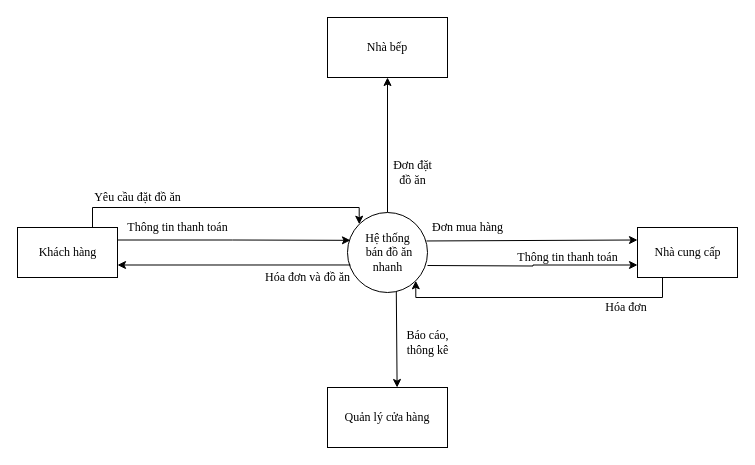
EdgarIgnite16/SGU-Course keeps this draw.io diagram as page "Mức 0" (1 of 6) of PTTK HTTT/Project/DFD.drawio. Above is the earlier version. Source tidied: cells renumbered, new cells numbered last; positions are measured from the earlier drawing's top-left corner, leaving out a move shared by most shapes. Both pictures are drawn from the tidied source at 100%, with x=0, y=0 at pixel (17, 17).
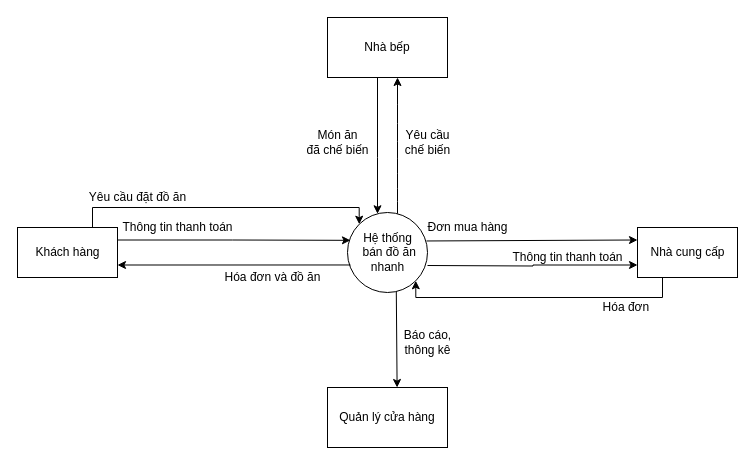
The same diagram, later.

Diff of the diagram source:
```diff
@@
-    <mxCell id="2" style="edgeStyle=orthogonalEdgeStyle;rounded=0;jettySize=auto;html=1;exitX=1;exitY=0.25;exitDx=0;exitDy=0;entryX=0.037;entryY=0.348;entryDx=0;entryDy=0;entryPerimeter=0;fontFamily=Times New Roman;" parent="1" edge="1" source="4" target="7">
+    <mxCell id="2" style="edgeStyle=orthogonalEdgeStyle;rounded=0;jettySize=auto;html=1;exitX=1;exitY=0.25;exitDx=0;exitDy=0;entryX=0.037;entryY=0.348;entryDx=0;entryDy=0;entryPerimeter=0;fontFamily=Helvetica;" parent="1" edge="1" source="4" target="7">
       <mxGeometry relative="1" as="geometry" />
     </mxCell>
-    <mxCell id="3" style="edgeStyle=orthogonalEdgeStyle;rounded=0;jettySize=auto;html=1;exitX=0.75;exitY=0;exitDx=0;exitDy=0;entryX=0;entryY=0;entryDx=0;entryDy=0;fontFamily=Times New Roman;" parent="1" edge="1" source="4" target="7">
+    <mxCell id="3" style="edgeStyle=orthogonalEdgeStyle;rounded=0;jettySize=auto;html=1;exitX=0.75;exitY=0;exitDx=0;exitDy=0;entryX=0;entryY=0;entryDx=0;entryDy=0;fontFamily=Helvetica;" parent="1" edge="1" source="4" target="7">
       <mxGeometry relative="1" as="geometry">
         <Array as="points">
           <mxPoint x="75" y="190" />
           <mxPoint x="342" y="190" />
           <mxPoint x="342" y="207" />
         </Array>
       </mxGeometry>
     </mxCell>
-    <mxCell id="4" value="Khách hàng" style="html=1;dashed=0;whitespace=wrap;fontFamily=Times New Roman;" parent="1" vertex="1">
+    <mxCell id="4" value="Khách hàng" style="html=1;dashed=0;whitespace=wrap;fontFamily=Helvetica;" parent="1" vertex="1">
       <mxGeometry y="210" width="100" height="50" as="geometry" />
     </mxCell>
-    <mxCell id="5" style="edgeStyle=orthogonalEdgeStyle;rounded=0;jettySize=auto;html=1;exitX=0.25;exitY=1;exitDx=0;exitDy=0;fontFamily=Times New Roman;entryX=1;entryY=1;entryDx=0;entryDy=0;" parent="1" edge="1" source="9" target="7">
+    <mxCell id="5" style="edgeStyle=orthogonalEdgeStyle;rounded=0;jettySize=auto;html=1;exitX=0.25;exitY=1;exitDx=0;exitDy=0;fontFamily=Helvetica;entryX=1;entryY=1;entryDx=0;entryDy=0;" parent="1" edge="1" source="9" target="7">
       <mxGeometry relative="1" as="geometry">
         <Array as="points">
           <mxPoint x="645" y="280" />
           <mxPoint x="398" y="280" />
         </Array>
       </mxGeometry>
     </mxCell>
-    <mxCell id="6" style="edgeStyle=orthogonalEdgeStyle;rounded=0;jettySize=auto;html=1;exitX=0.5;exitY=0;exitDx=0;exitDy=0;entryX=0.5;entryY=1;entryDx=0;entryDy=0;fontFamily=Times New Roman;startArrow=none;startFill=0;" parent="1" edge="1" source="7" target="21">
-      <mxGeometry relative="1" as="geometry" />
+    <mxCell id="6" style="edgeStyle=orthogonalEdgeStyle;curved=1;rounded=0;jettySize=auto;html=1;fontFamily=Helvetica;" parent="1" edge="1" source="7" target="21">
+      <mxGeometry relative="1" as="geometry">
+        <Array as="points">
+          <mxPoint x="380" y="150" />
+          <mxPoint x="380" y="150" />
+        </Array>
+      </mxGeometry>
     </mxCell>
-    <mxCell id="7" value="&lt;font face=&quot;Times New Roman&quot;&gt;Hệ thống&lt;br&gt;&amp;nbsp;bán đồ ăn &lt;br&gt;nhanh&lt;/font&gt;" style="shape=ellipse;html=1;dashed=0;whitespace=wrap;perimeter=ellipsePerimeter;" parent="1" vertex="1">
+    <mxCell id="7" value="&lt;font&gt;Hệ thống&lt;br&gt;&amp;nbsp;bán đồ ăn &lt;br&gt;nhanh&lt;/font&gt;" style="shape=ellipse;html=1;dashed=0;whitespace=wrap;perimeter=ellipsePerimeter;fontFamily=Helvetica;" parent="1" vertex="1">
       <mxGeometry x="330" y="195" width="80" height="80" as="geometry" />
     </mxCell>
-    <mxCell id="8" style="edgeStyle=orthogonalEdgeStyle;rounded=0;jettySize=auto;html=1;fontFamily=Times New Roman;entryX=0;entryY=0.75;entryDx=0;entryDy=0;" parent="1" edge="1" target="9">
+    <mxCell id="8" style="edgeStyle=orthogonalEdgeStyle;rounded=0;jettySize=auto;html=1;fontFamily=Helvetica;entryX=0;entryY=0.75;entryDx=0;entryDy=0;" parent="1" edge="1" target="9">
       <mxGeometry relative="1" as="geometry">
         <mxPoint x="410" y="248" as="sourcePoint" />
       </mxGeometry>
     </mxCell>
-    <mxCell id="9" value="Nhà cung cấp" style="html=1;dashed=0;whitespace=wrap;fontFamily=Times New Roman;" parent="1" vertex="1">
+    <mxCell id="9" value="Nhà cung cấp" style="html=1;dashed=0;whitespace=wrap;fontFamily=Helvetica;" parent="1" vertex="1">
       <mxGeometry x="620" y="210" width="100" height="50" as="geometry" />
     </mxCell>
-    <mxCell id="10" style="endArrow=classic;html=1;rounded=0;fontFamily=Times New Roman;exitX=0.987;exitY=0.356;exitDx=0;exitDy=0;exitPerimeter=0;entryX=0;entryY=0.25;entryDx=0;entryDy=0;" parent="1" edge="1" source="7" target="9">
+    <mxCell id="10" style="endArrow=classic;html=1;rounded=0;fontFamily=Helvetica;exitX=0.987;exitY=0.356;exitDx=0;exitDy=0;exitPerimeter=0;entryX=0;entryY=0.25;entryDx=0;entryDy=0;" parent="1" edge="1" source="7" target="9">
       <mxGeometry relative="1" as="geometry" />
     </mxCell>
-    <mxCell id="11" value="Đơn mua hàng" style="text;html=1;align=center;verticalAlign=middle;strokeColor=none;fillColor=none;fontFamily=Times New Roman;" parent="1" vertex="1">
-      <mxGeometry x="405" y="200" width="90" height="20" as="geometry" />
+    <mxCell id="11" value="Đơn mua hàng" style="text;html=1;align=center;verticalAlign=middle;strokeColor=none;fillColor=none;fontFamily=Helvetica;" parent="1" vertex="1">
+      <mxGeometry x="400" y="200" width="100" height="20" as="geometry" />
     </mxCell>
-    <mxCell id="12" style="endArrow=classic;html=1;rounded=0;fontFamily=Times New Roman;exitX=0.037;exitY=0.656;exitDx=0;exitDy=0;exitPerimeter=0;entryX=1;entryY=0.75;entryDx=0;entryDy=0;" parent="1" edge="1" source="7" target="4">
+    <mxCell id="12" style="endArrow=classic;html=1;rounded=0;fontFamily=Helvetica;exitX=0.037;exitY=0.656;exitDx=0;exitDy=0;exitPerimeter=0;entryX=1;entryY=0.75;entryDx=0;entryDy=0;" parent="1" edge="1" source="7" target="4">
       <mxGeometry relative="1" as="geometry" />
     </mxCell>
-    <mxCell id="13" value="Hóa đơn và đồ ăn" style="text;html=1;align=center;verticalAlign=middle;strokeColor=none;fillColor=none;fontFamily=Times New Roman;" parent="1" vertex="1">
-      <mxGeometry x="240" y="250" width="100" height="20" as="geometry" />
+    <mxCell id="13" value="Hóa đơn và đồ ăn" style="text;html=1;align=center;verticalAlign=middle;strokeColor=none;fillColor=none;fontFamily=Helvetica;" parent="1" vertex="1">
+      <mxGeometry x="200" y="250" width="110" height="20" as="geometry" />
     </mxCell>
-    <mxCell id="14" value="Thông tin thanh toán" style="text;html=1;align=center;verticalAlign=middle;strokeColor=none;fillColor=none;fontFamily=Times New Roman;" parent="1" vertex="1">
-      <mxGeometry x="100" y="200" width="120" height="20" as="geometry" />
+    <mxCell id="14" value="Thông tin thanh toán" style="text;html=1;align=center;verticalAlign=middle;strokeColor=none;fillColor=none;fontFamily=Helvetica;" parent="1" vertex="1">
+      <mxGeometry x="95" y="200" width="130" height="20" as="geometry" />
     </mxCell>
-    <mxCell id="15" value="Hóa đơn&amp;nbsp;" style="text;html=1;align=center;verticalAlign=middle;strokeColor=none;fillColor=none;fontFamily=Times New Roman;" parent="1" vertex="1">
-      <mxGeometry x="580" y="280" width="60" height="20" as="geometry" />
+    <mxCell id="15" value="Hóa đơn&amp;nbsp;" style="text;html=1;align=center;verticalAlign=middle;strokeColor=none;fillColor=none;fontFamily=Helvetica;" parent="1" vertex="1">
+      <mxGeometry x="575" y="280" width="70" height="20" as="geometry" />
     </mxCell>
-    <mxCell id="16" value="Thông tin thanh toán" style="text;html=1;align=center;verticalAlign=middle;strokeColor=none;fillColor=none;fontFamily=Times New Roman;" parent="1" vertex="1">
-      <mxGeometry x="490" y="230" width="120" height="20" as="geometry" />
+    <mxCell id="16" value="Thông tin thanh toán" style="text;html=1;align=center;verticalAlign=middle;strokeColor=none;fillColor=none;fontFamily=Helvetica;" parent="1" vertex="1">
+      <mxGeometry x="485" y="230" width="130" height="20" as="geometry" />
     </mxCell>
-    <mxCell id="17" value="Quản lý cửa hàng" style="rounded=0;whiteSpace=wrap;html=1;fontFamily=Times New Roman;" parent="1" vertex="1">
+    <mxCell id="17" value="Quản lý cửa hàng" style="rounded=0;whiteSpace=wrap;html=1;fontFamily=Helvetica;" parent="1" vertex="1">
       <mxGeometry x="310" y="370" width="120" height="60" as="geometry" />
     </mxCell>
-    <mxCell id="18" style="endArrow=classic;html=1;rounded=0;exitX=0.61;exitY=0.985;exitDx=0;exitDy=0;exitPerimeter=0;entryX=0.58;entryY=0;entryDx=0;entryDy=0;entryPerimeter=0;" parent="1" edge="1" source="7" target="17">
+    <mxCell id="18" style="endArrow=classic;html=1;rounded=0;exitX=0.61;exitY=0.985;exitDx=0;exitDy=0;exitPerimeter=0;entryX=0.58;entryY=0;entryDx=0;entryDy=0;entryPerimeter=0;fontFamily=Helvetica;" parent="1" edge="1" source="7" target="17">
       <mxGeometry relative="1" as="geometry" />
     </mxCell>
-    <mxCell id="19" value="&lt;font face=&quot;Times New Roman&quot;&gt;Báo cáo,&lt;br&gt;thông kê&lt;br&gt;&lt;/font&gt;" style="text;html=1;align=center;verticalAlign=middle;strokeColor=none;fillColor=none;" parent="1" vertex="1">
-      <mxGeometry x="380" y="305" width="60" height="40" as="geometry" />
+    <mxCell id="19" value="&lt;font&gt;Báo cáo,&lt;br&gt;thông kê&lt;br&gt;&lt;/font&gt;" style="text;html=1;align=center;verticalAlign=middle;strokeColor=none;fillColor=none;fontFamily=Helvetica;" parent="1" vertex="1">
+      <mxGeometry x="380" y="310" width="60" height="30" as="geometry" />
     </mxCell>
-    <mxCell id="20" value="Yêu cầu đặt đồ ăn" style="text;html=1;align=center;verticalAlign=middle;strokeColor=none;fillColor=none;fontFamily=Times New Roman;" parent="1" vertex="1">
-      <mxGeometry x="70" y="170" width="100" height="20" as="geometry" />
+    <mxCell id="20" value="Yêu cầu đặt đồ ăn" style="text;html=1;align=center;verticalAlign=middle;strokeColor=none;fillColor=none;fontFamily=Helvetica;" parent="1" vertex="1">
+      <mxGeometry x="65" y="170" width="110" height="20" as="geometry" />
     </mxCell>
+    <mxCell id="23" style="edgeStyle=orthogonalEdgeStyle;rounded=0;jettySize=auto;html=1;fontFamily=Helvetica;" parent="1" edge="1" source="21" target="7">
+      <mxGeometry relative="1" as="geometry">
+        <Array as="points">
+          <mxPoint x="360" y="140" />
+          <mxPoint x="360" y="140" />
+        </Array>
+      </mxGeometry>
+    </mxCell>
-    <mxCell id="21" value="Nhà bếp" style="rounded=0;whiteSpace=wrap;html=1;fontFamily=Times New Roman;" parent="1" vertex="1">
+    <mxCell id="21" value="Nhà bếp" style="rounded=0;whiteSpace=wrap;html=1;fontFamily=Helvetica;" parent="1" vertex="1">
       <mxGeometry x="310" width="120" height="60" as="geometry" />
     </mxCell>
-    <mxCell id="22" value="Đơn đặt&lt;br&gt;đồ ăn" style="text;html=1;align=center;verticalAlign=middle;strokeColor=none;fillColor=none;fontFamily=Times New Roman;rotation=0;" parent="1" vertex="1">
-      <mxGeometry x="370" y="140" width="50" height="30" as="geometry" />
+    <mxCell id="22" value="Yêu cầu&lt;br&gt;chế biến" style="text;html=1;align=center;verticalAlign=middle;strokeColor=none;fillColor=none;fontFamily=Helvetica;rotation=0;" parent="1" vertex="1">
+      <mxGeometry x="380" y="110" width="60" height="30" as="geometry" />
     </mxCell>
+    <mxCell id="24" value="Món ăn&lt;br&gt;đã chế biến" style="text;html=1;align=center;verticalAlign=middle;strokeColor=none;fillColor=none;fontFamily=Helvetica;rotation=0;" parent="1" vertex="1">
+      <mxGeometry x="280" y="110" width="80" height="30" as="geometry" />
+    </mxCell>
```
